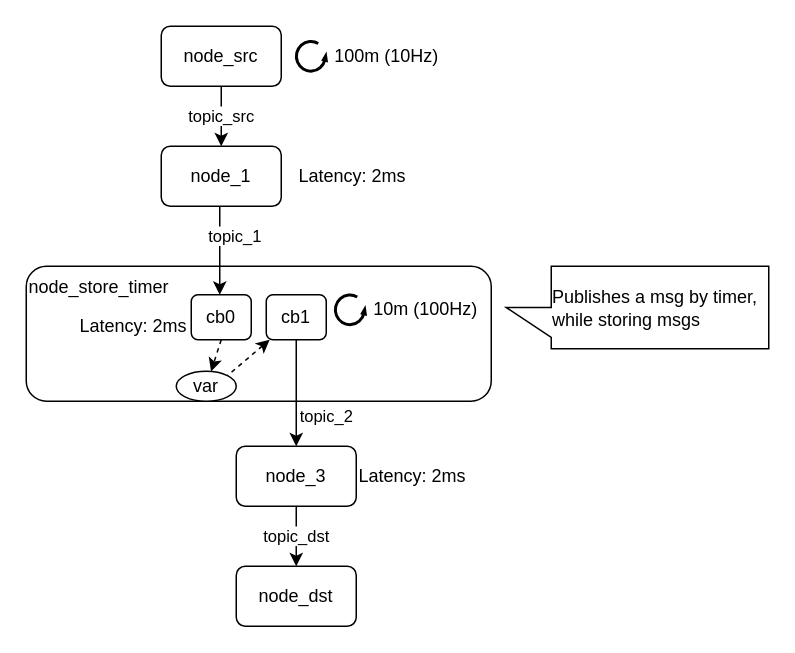
Above: page "sample_store_timer_2" (5 of 7) of node_diagram.drawio in takeshi-iwanari/caret_sample (draw.io), before the change. Source tidied: cells renumbered, new cells numbered last; positions are measured from the earlier drawing's top-left corner, leaving out a move shared by most shapes. Both pictures are drawn from the tidied source at 150%, with x=0, y=0 at pixel (26, 26).
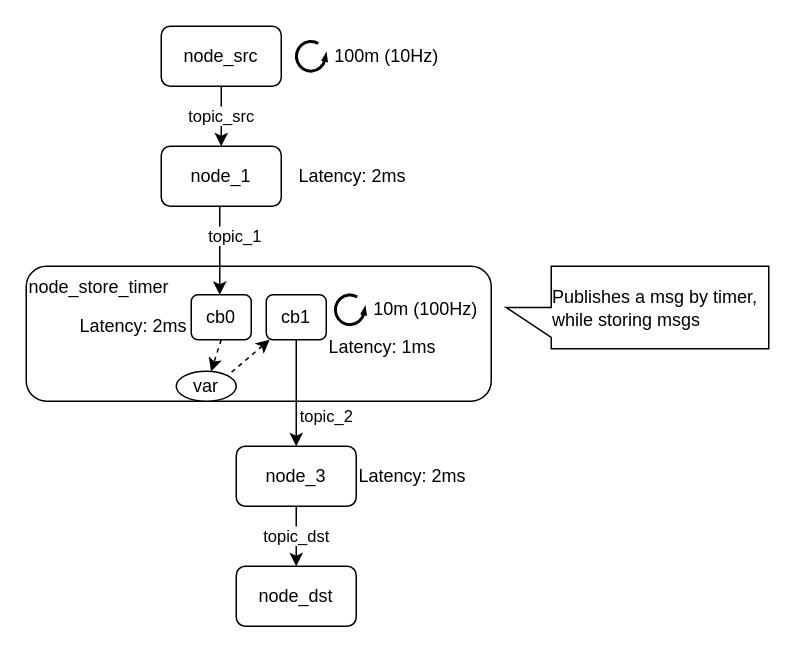
The same diagram, later.

Commit message (it also covers changes not shown here):
change: add latency for timer callback

The edit, as a diff of the source:
```diff
@@
+    <mxCell id="24" value="Latency: 1ms" style="text;html=1;align=left;verticalAlign=middle;strokeColor=none;fillColor=none;" parent="1" vertex="1">
+      <mxGeometry x="200" y="205" width="81" height="18" as="geometry" />
+    </mxCell>
```
